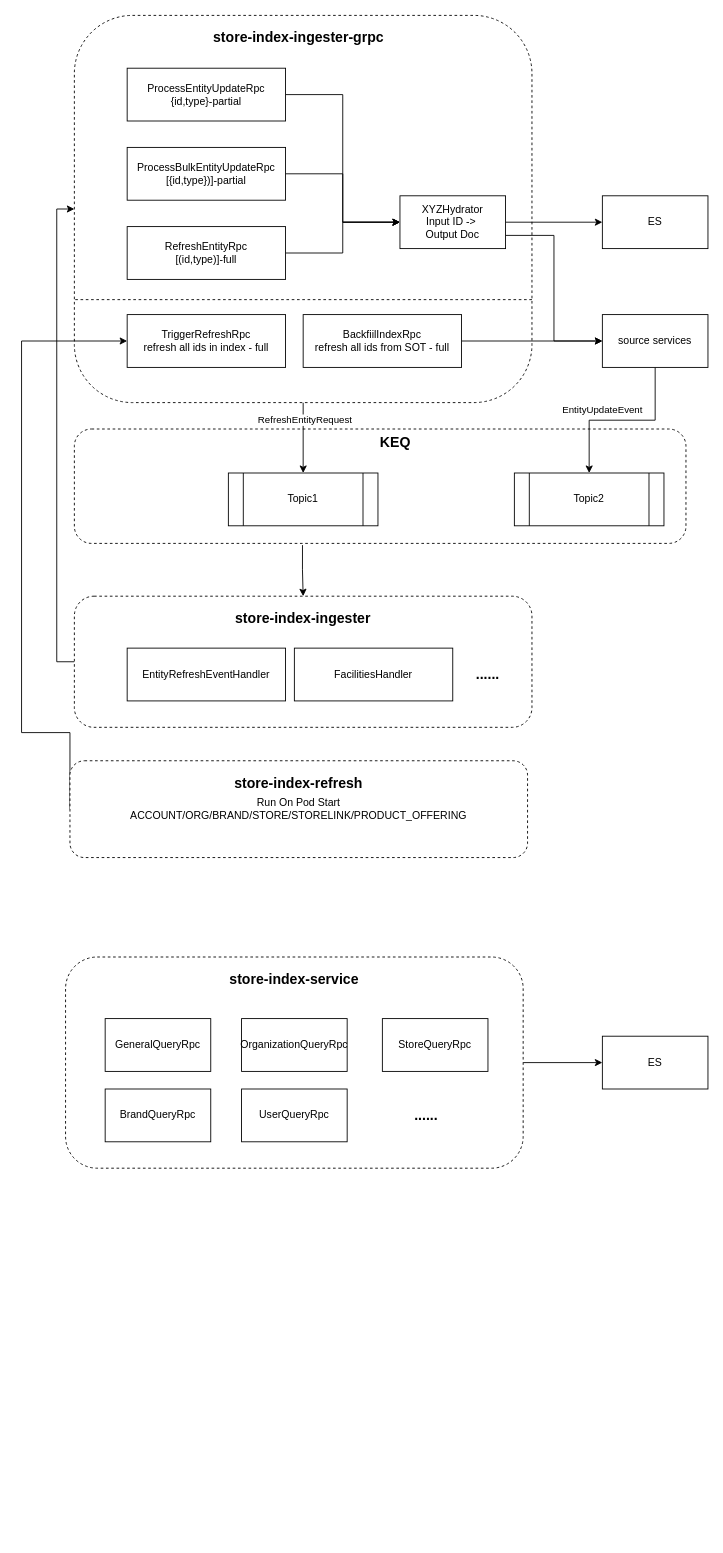
This is StoreIndex.drawio from evagle/awesome, a draw.io file, before an edit. Source tidied: cells renumbered, new cells numbered last; positions are measured from the earlier drawing's top-left corner, leaving out a move shared by most shapes. Both pictures are drawn from the tidied source at 88%, with x=0, y=0 at pixel (21, 15).
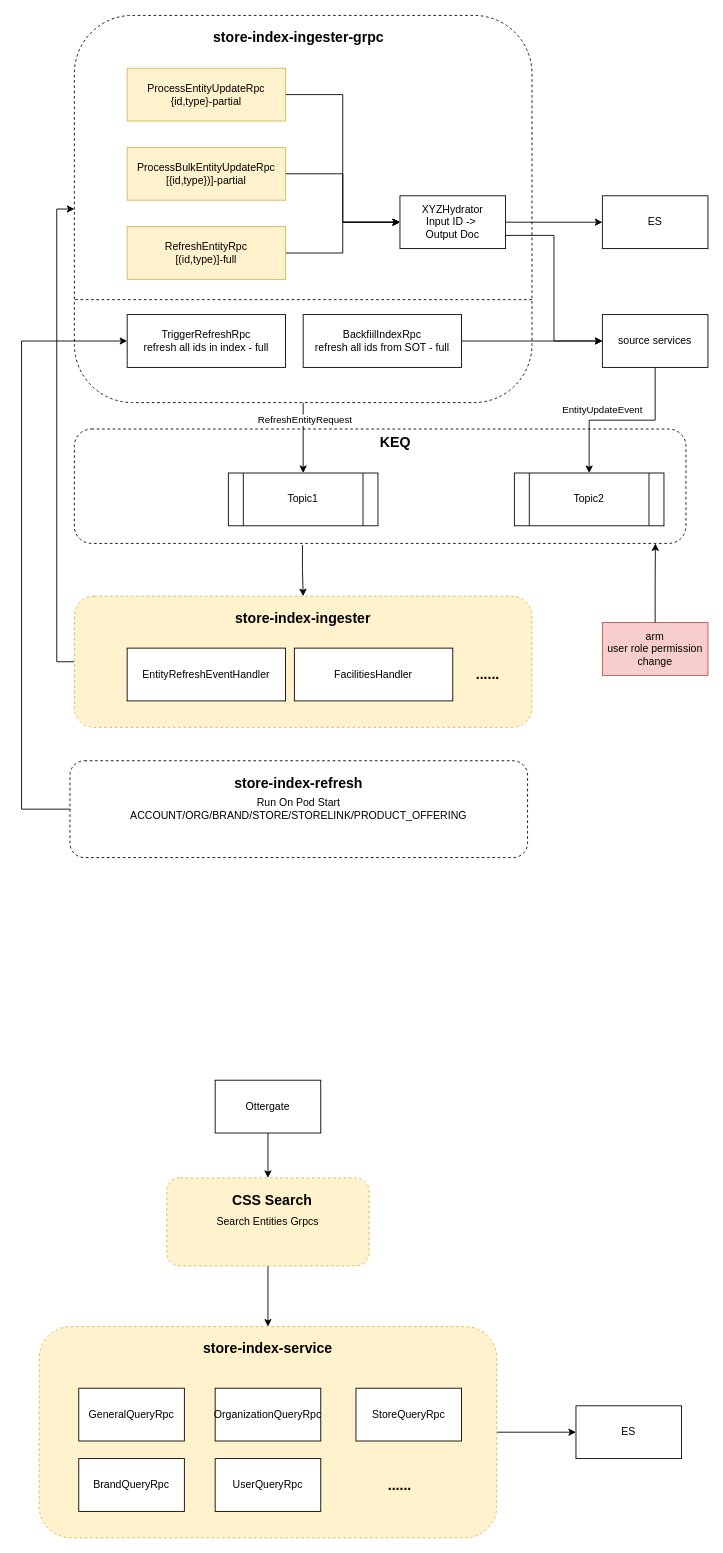
After the change.

Unchanged cells that the change refers to:
```xml
<mxCell id="3" style="rounded=1;whiteSpace=wrap;html=1;dashed=1;" parent="1" vertex="1">
  <mxGeometry x="60" y="470" width="695" height="130" as="geometry" />
</mxCell>
<mxCell id="16" value="TriggerRefreshRpc&lt;br&gt;refresh all ids in index - full" style="rounded=0;whiteSpace=wrap;html=1;" parent="1" vertex="1">
  <mxGeometry x="120" y="340" width="180" height="60" as="geometry" />
</mxCell>
<mxCell id="33" value="Run On Pod Start&lt;br&gt;ACCOUNT/ORG/BRAND/STORE/STORELINK/PRODUCT_OFFERING" style="rounded=1;whiteSpace=wrap;html=1;dashed=1;" parent="1" vertex="1">
  <mxGeometry x="55" y="847" width="520" height="110" as="geometry" />
</mxCell>
```

The edit, as a diff of the source:
```diff
@@
-    <mxCell id="8" style="rounded=1;whiteSpace=wrap;html=1;dashed=1;" parent="1" vertex="1">
+    <mxCell id="8" style="rounded=1;whiteSpace=wrap;html=1;dashed=1;fillColor=#fff2cc;strokeColor=#d6b656;" parent="1" vertex="1">
       <mxGeometry x="60" y="660" width="520" height="149" as="geometry" />
     </mxCell>
@@
-    <mxCell id="10" value="ProcessEntityUpdateRpc&lt;br&gt;{id,type}-partial" style="rounded=0;whiteSpace=wrap;html=1;" parent="1" vertex="1">
+    <mxCell id="10" value="ProcessEntityUpdateRpc&lt;br&gt;{id,type}-partial" style="rounded=0;whiteSpace=wrap;html=1;fillColor=#fff2cc;strokeColor=#d6b656;" parent="1" vertex="1">
       <mxGeometry x="120" y="60" width="180" height="60" as="geometry" />
     </mxCell>
@@
-    <mxCell id="15" value="RefreshEntityRpc&lt;br&gt;[(id,type)]-full" style="rounded=0;whiteSpace=wrap;html=1;" parent="1" vertex="1">
+    <mxCell id="15" value="RefreshEntityRpc&lt;br&gt;[(id,type)]-full" style="rounded=0;whiteSpace=wrap;html=1;fillColor=#fff2cc;strokeColor=#d6b656;" parent="1" vertex="1">
       <mxGeometry x="120" y="240" width="180" height="60" as="geometry" />
     </mxCell>
@@
-    <mxCell id="18" value="ProcessBulkEntityUpdateRpc&lt;br&gt;[{id,type})]-partial" style="rounded=0;whiteSpace=wrap;html=1;" parent="1" vertex="1">
+    <mxCell id="18" value="ProcessBulkEntityUpdateRpc&lt;br&gt;[{id,type})]-partial" style="rounded=0;whiteSpace=wrap;html=1;fillColor=#fff2cc;strokeColor=#d6b656;" parent="1" vertex="1">
       <mxGeometry x="120" y="150" width="180" height="60" as="geometry" />
     </mxCell>
@@
     <mxCell id="32" style="edgeStyle=orthogonalEdgeStyle;rounded=0;jettySize=auto;html=1;exitX=0;exitY=0.5;exitDx=0;exitDy=0;entryX=0;entryY=0.5;entryDx=0;entryDy=0;" parent="1" edge="1" source="33" target="16">
       <mxGeometry relative="1" as="geometry">
         <Array as="points">
-          <mxPoint y="815" />
+          <mxPoint y="902" />
           <mxPoint y="370" />
         </Array>
       </mxGeometry>
     </mxCell>
@@
-    <mxCell id="36" style="rounded=1;whiteSpace=wrap;html=1;dashed=1;" parent="1" vertex="1">
-      <mxGeometry x="50" y="1070" width="520" height="240" as="geometry" />
+    <mxCell id="36" style="rounded=1;whiteSpace=wrap;html=1;dashed=1;fillColor=#fff2cc;strokeColor=#d6b656;" parent="1" vertex="1">
+      <mxGeometry x="20" y="1490" width="520" height="240" as="geometry" />
     </mxCell>
     <mxCell id="37" value="&lt;b&gt;&lt;font style=&quot;font-size: 16px;&quot;&gt;store-index-service&lt;/font&gt;&lt;/b&gt;" style="text;html=1;strokeColor=none;fillColor=none;align=center;verticalAlign=middle;whiteSpace=wrap;rounded=0;" parent="1" vertex="1">
-      <mxGeometry x="205" y="1080" width="210" height="30" as="geometry" />
+      <mxGeometry x="175" y="1500" width="210" height="30" as="geometry" />
     </mxCell>
     <mxCell id="38" value="OrganizationQueryRpc" style="rounded=0;whiteSpace=wrap;html=1;" parent="1" vertex="1">
-      <mxGeometry x="250" y="1140" width="120" height="60" as="geometry" />
+      <mxGeometry x="220" y="1560" width="120" height="60" as="geometry" />
     </mxCell>
     <mxCell id="39" value="BrandQueryRpc" style="rounded=0;whiteSpace=wrap;html=1;" parent="1" vertex="1">
-      <mxGeometry x="95" y="1220" width="120" height="60" as="geometry" />
+      <mxGeometry x="65" y="1640" width="120" height="60" as="geometry" />
     </mxCell>
     <mxCell id="40" value="StoreQueryRpc" style="rounded=0;whiteSpace=wrap;html=1;" parent="1" vertex="1">
-      <mxGeometry x="410" y="1140" width="120" height="60" as="geometry" />
+      <mxGeometry x="380" y="1560" width="120" height="60" as="geometry" />
     </mxCell>
     <mxCell id="41" value="UserQueryRpc" style="rounded=0;whiteSpace=wrap;html=1;" parent="1" vertex="1">
-      <mxGeometry x="250" y="1220" width="120" height="60" as="geometry" />
+      <mxGeometry x="220" y="1640" width="120" height="60" as="geometry" />
     </mxCell>
     <mxCell id="42" value="GeneralQueryRpc" style="rounded=0;whiteSpace=wrap;html=1;" parent="1" vertex="1">
-      <mxGeometry x="95" y="1140" width="120" height="60" as="geometry" />
+      <mxGeometry x="65" y="1560" width="120" height="60" as="geometry" />
     </mxCell>
     <mxCell id="43" value="&lt;b&gt;&lt;font style=&quot;font-size: 16px;&quot;&gt;......&lt;/font&gt;&lt;/b&gt;" style="text;html=1;strokeColor=none;fillColor=none;align=center;verticalAlign=middle;whiteSpace=wrap;rounded=0;" parent="1" vertex="1">
-      <mxGeometry x="430" y="1235" width="60" height="30" as="geometry" />
+      <mxGeometry x="400" y="1655" width="60" height="30" as="geometry" />
     </mxCell>
     <mxCell id="44" value="ES" style="rounded=0;whiteSpace=wrap;html=1;" parent="1" vertex="1">
-      <mxGeometry x="660" y="1160" width="120" height="60" as="geometry" />
+      <mxGeometry x="630" y="1580" width="120" height="60" as="geometry" />
     </mxCell>
@@
+    <mxCell id="47" style="edgeStyle=orthogonalEdgeStyle;rounded=0;jettySize=auto;html=1;exitX=0.5;exitY=1;exitDx=0;exitDy=0;entryX=0.5;entryY=0;entryDx=0;entryDy=0;" parent="1" edge="1" source="48" target="36">
+      <mxGeometry relative="1" as="geometry" />
+    </mxCell>
+    <mxCell id="48" value="Search Entities Grpcs" style="rounded=1;whiteSpace=wrap;html=1;dashed=1;fillColor=#fff2cc;strokeColor=#d6b656;" parent="1" vertex="1">
+      <mxGeometry x="165" y="1321" width="230" height="100" as="geometry" />
+    </mxCell>
+    <mxCell id="49" value="&lt;b&gt;&lt;font style=&quot;font-size: 16px;&quot;&gt;CSS Search&lt;/font&gt;&lt;/b&gt;" style="text;html=1;strokeColor=none;fillColor=none;align=center;verticalAlign=middle;whiteSpace=wrap;rounded=0;" parent="1" vertex="1">
+      <mxGeometry x="180" y="1331" width="210" height="30" as="geometry" />
+    </mxCell>
+    <mxCell id="50" style="edgeStyle=orthogonalEdgeStyle;rounded=0;jettySize=auto;html=1;exitX=0.5;exitY=1;exitDx=0;exitDy=0;" parent="1" edge="1" source="51" target="48">
+      <mxGeometry relative="1" as="geometry" />
+    </mxCell>
+    <mxCell id="51" value="Ottergate" style="rounded=0;whiteSpace=wrap;html=1;" parent="1" vertex="1">
+      <mxGeometry x="220" y="1210" width="120" height="60" as="geometry" />
+    </mxCell>
+    <mxCell id="52" value="arm&lt;br&gt;user role permission change" style="rounded=0;whiteSpace=wrap;html=1;fillColor=#f8cecc;strokeColor=#b85450;" parent="1" vertex="1">
+      <mxGeometry x="660" y="690" width="120" height="60" as="geometry" />
+    </mxCell>
+    <mxCell id="53" style="edgeStyle=orthogonalEdgeStyle;rounded=0;jettySize=auto;html=1;exitX=0.5;exitY=0;exitDx=0;exitDy=0;entryX=0.95;entryY=1;entryDx=0;entryDy=0;entryPerimeter=0;" parent="1" edge="1" source="52" target="3">
+      <mxGeometry relative="1" as="geometry" />
+    </mxCell>
```
